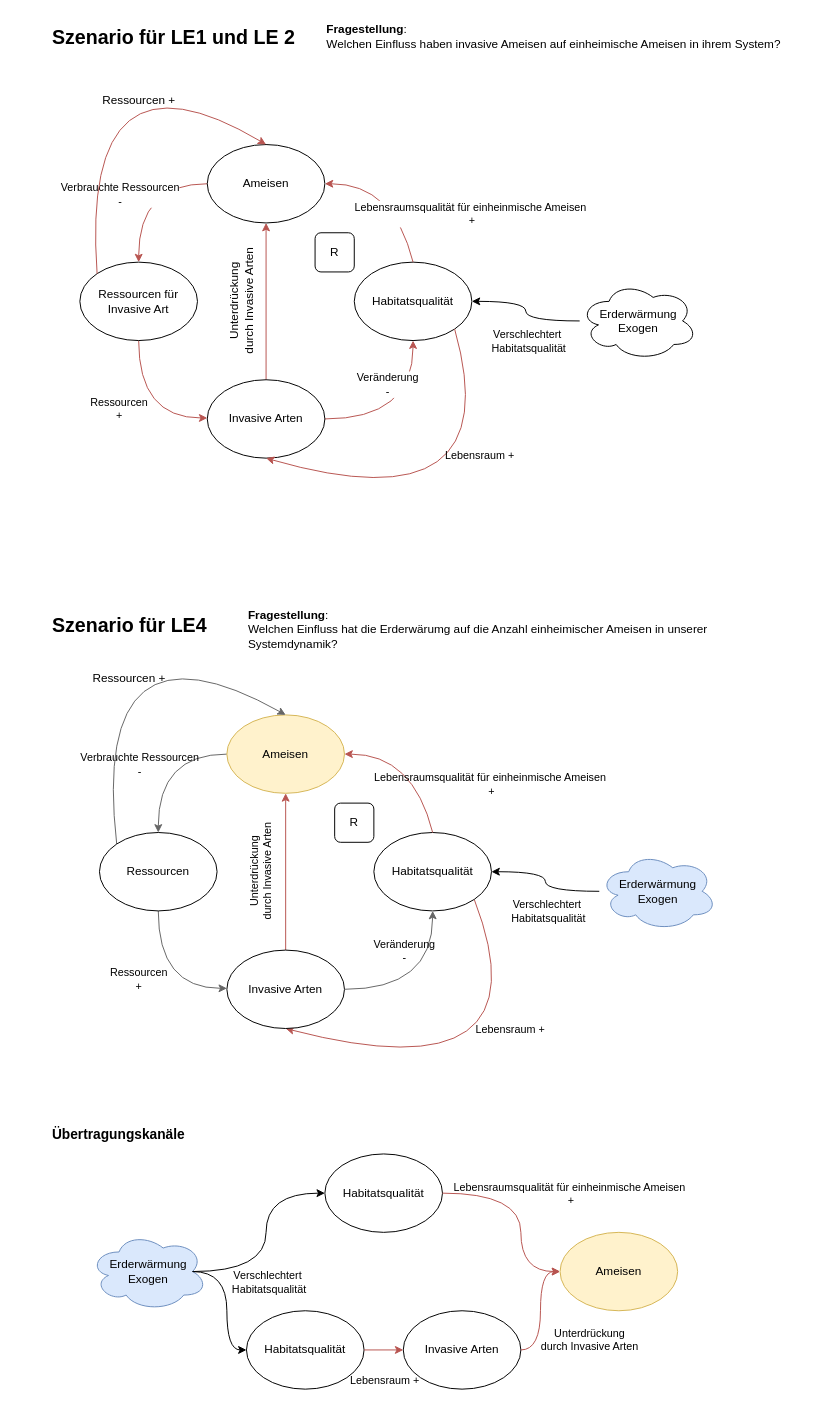
Above: SystemModellierungen/Causal_loop_Simplified.drawio in c4-hash/mss_ameisen (draw.io), before the change. Source tidied: cells renumbered, new cells numbered last; positions are measured from the earlier drawing's top-left corner, leaving out a move shared by most shapes. Both pictures are drawn from the tidied source at 98%, with x=0, y=0 at pixel (50, 17).
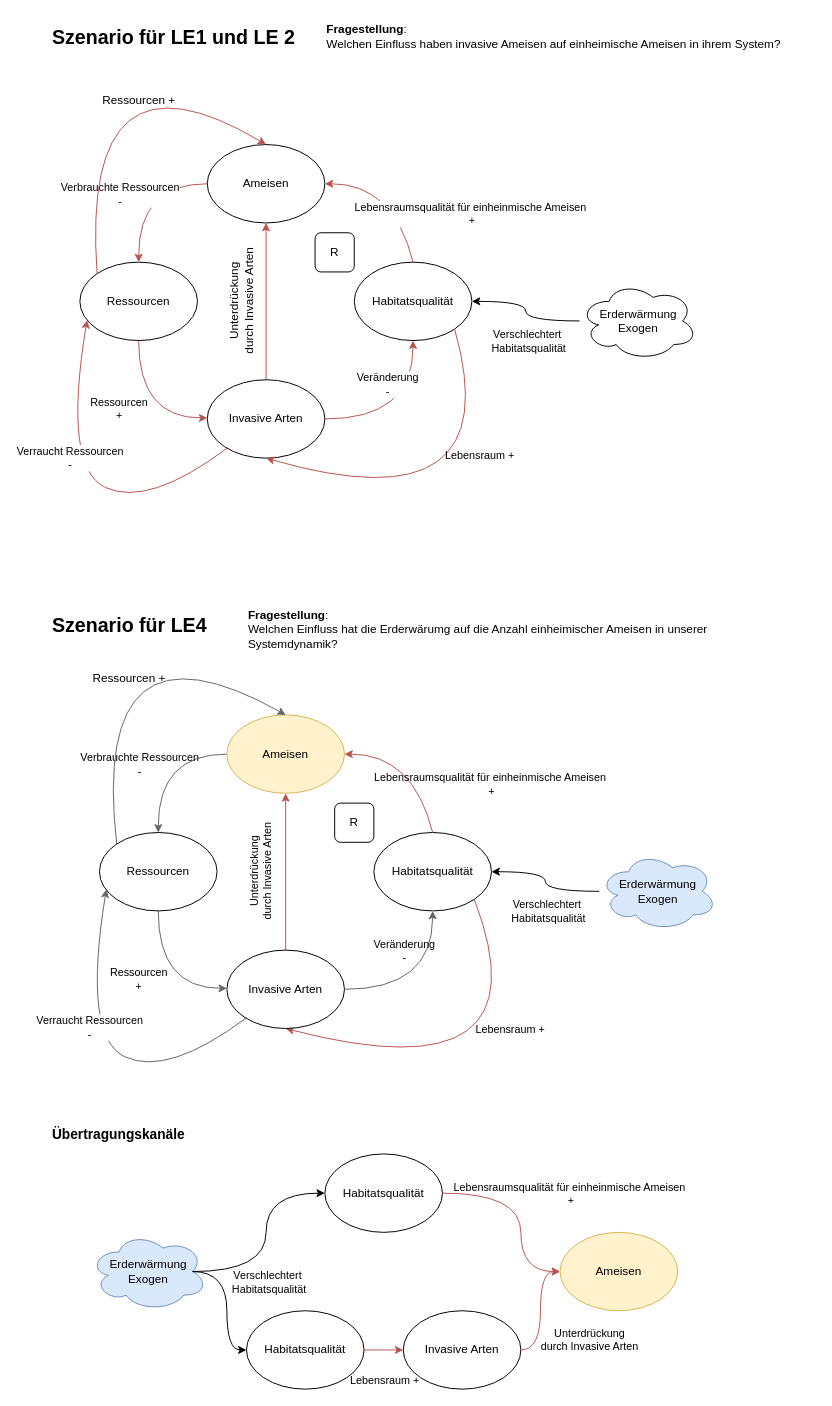
After the change.

Unchanged cells that the change refers to:
```xml
<mxCell id="14" value="Invasive Arten" style="ellipse;whiteSpace=wrap;html=1;" parent="1" vertex="1">
  <mxGeometry x="160" y="370" width="120" height="80" as="geometry" />
</mxCell>
```

Diff of the diagram source:
```diff
@@
-    <mxCell id="7" value="Ressourcen für Invasive Art" style="ellipse;whiteSpace=wrap;html=1;" parent="1" vertex="1">
+    <mxCell id="7" value="Ressourcen" style="ellipse;whiteSpace=wrap;html=1;" parent="1" vertex="1">
       <mxGeometry x="30" y="250" width="120" height="80" as="geometry" />
     </mxCell>
@@
+    <mxCell id="65" style="edgeStyle=none;html=1;rounded=0;curved=1;entryX=0.061;entryY=0.739;entryDx=0;entryDy=0;entryPerimeter=0;strokeColor=#B85450;" parent="1" edge="1" source="14" target="7">
+      <mxGeometry relative="1" as="geometry">
+        <Array as="points">
+          <mxPoint x="100" y="500" />
+          <mxPoint x="12.5" y="460" />
+        </Array>
+      </mxGeometry>
+    </mxCell>
+    <mxCell id="66" value="Verraucht Ressourcen&lt;br&gt;-" style="edgeLabel;html=1;align=center;verticalAlign=middle;" parent="65" vertex="1">
+      <mxGeometry x="0.19" y="-5" relative="1" as="geometry" />
+    </mxCell>
@@
+    <mxCell id="67" style="edgeStyle=none;html=1;rounded=0;curved=1;entryX=0.061;entryY=0.739;entryDx=0;entryDy=0;entryPerimeter=0;strokeColor=#666666;" parent="1" edge="1">
+      <mxGeometry relative="1" as="geometry">
+        <mxPoint x="200" y="1021" as="sourcePoint" />
+        <mxPoint x="57" y="890" as="targetPoint" />
+        <Array as="points">
+          <mxPoint x="120" y="1081" />
+          <mxPoint x="32.5" y="1041" />
+        </Array>
+      </mxGeometry>
+    </mxCell>
+    <mxCell id="68" value="Verraucht Ressourcen&lt;br&gt;-" style="edgeLabel;html=1;align=center;verticalAlign=middle;" parent="67" vertex="1">
+      <mxGeometry x="0.19" y="-5" relative="1" as="geometry" />
+    </mxCell>
```
